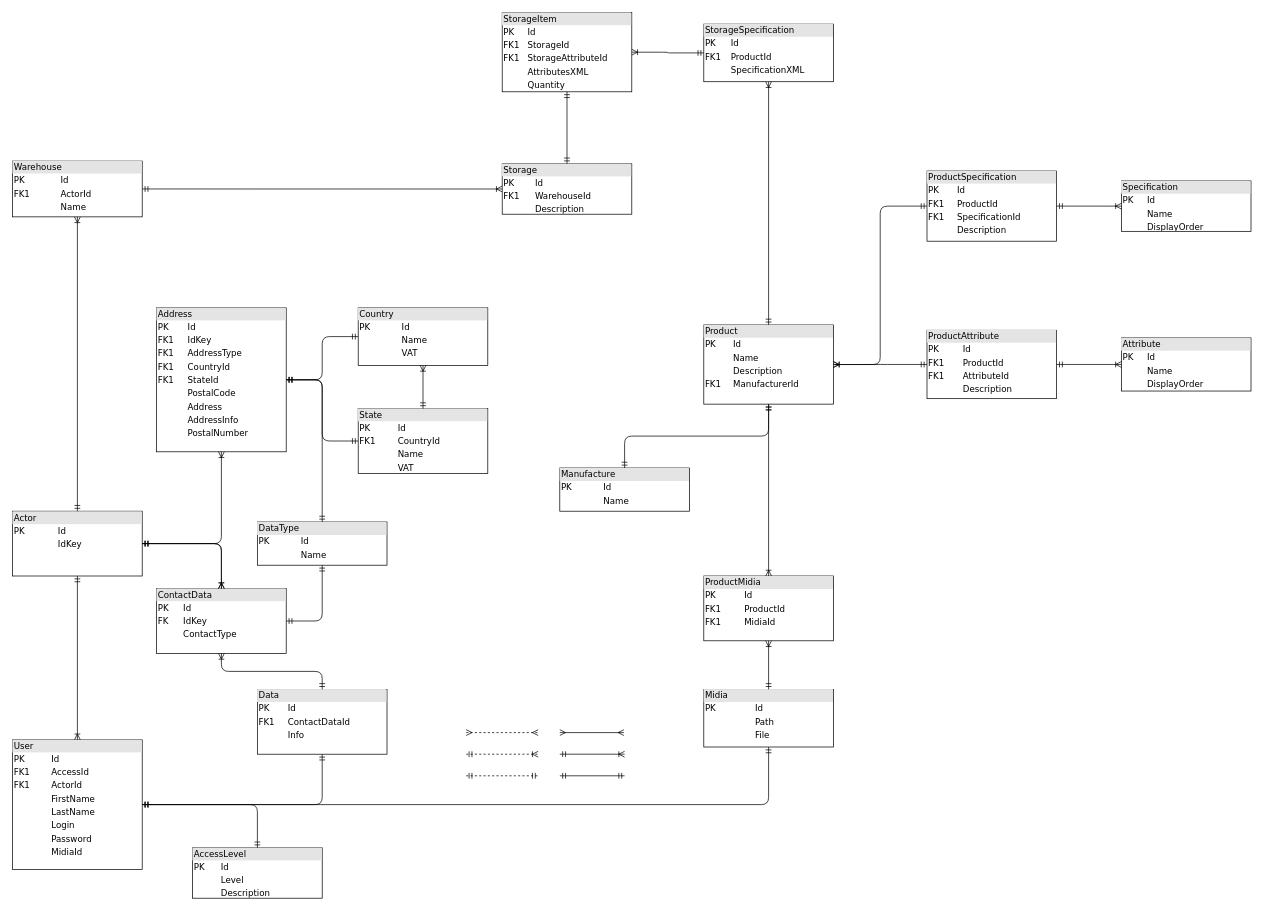
This is Documentation/StrideDatabase.drawio from CTrigger/Stride, a draw.io file, before an edit. Source tidied: cells renumbered, new cells numbered last; positions are measured from the earlier drawing's top-left corner, leaving out a move shared by most shapes. Both pictures are drawn from the tidied source at 72%, with x=0, y=0 at pixel (12, 12).
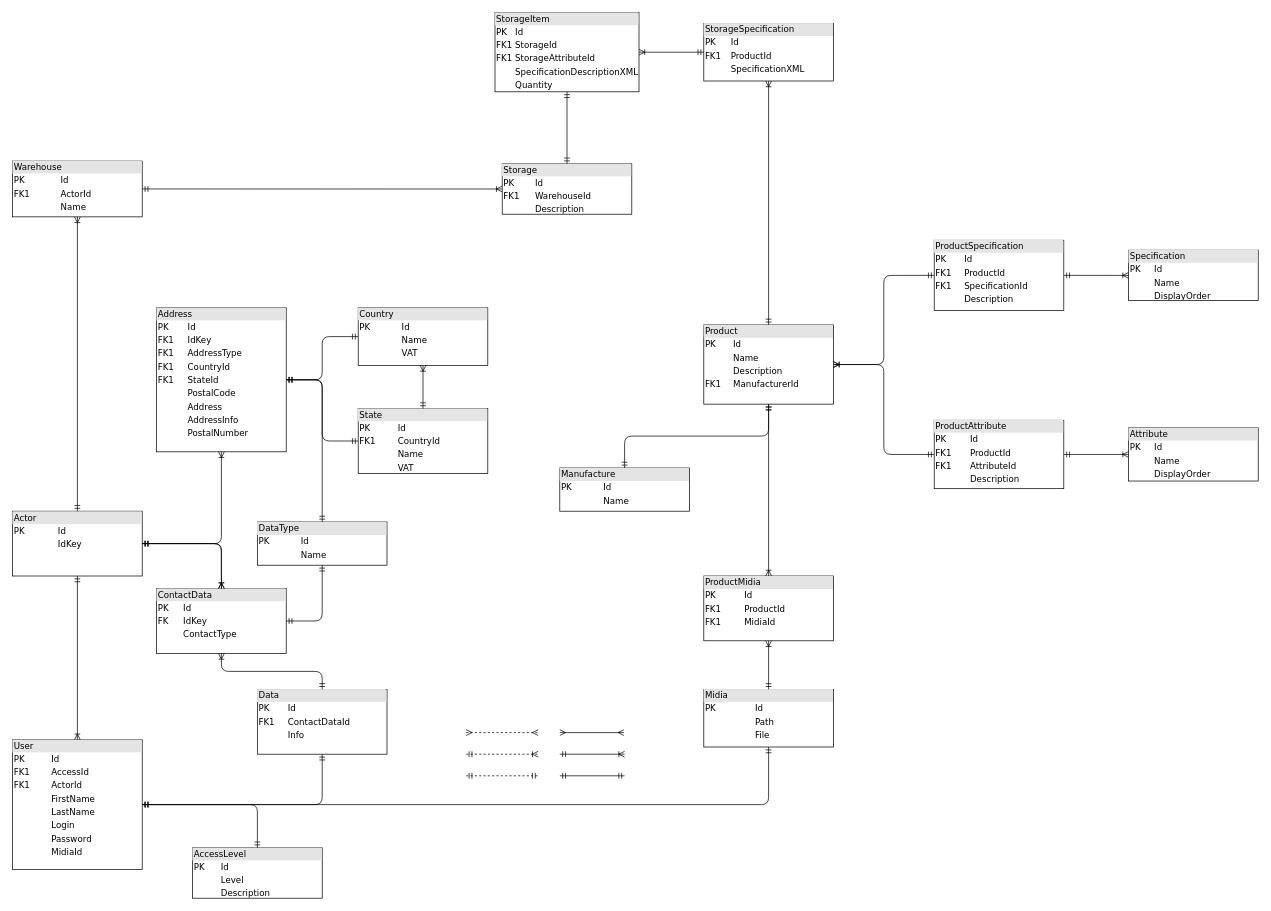
The same page after the edit.

Commit message:
Database Model Improvement

Diff of the diagram source:
```diff
@@
     <mxCell id="12" value="&lt;div style=&quot;box-sizing: border-box ; width: 100% ; background: #e4e4e4 ; padding: 2px&quot;&gt;ProductAttribute&lt;/div&gt;&lt;table style=&quot;width: 100% ; font-size: 1em&quot; cellpadding=&quot;2&quot; cellspacing=&quot;0&quot;&gt;&lt;tbody&gt;&lt;tr&gt;&lt;td&gt;PK&lt;/td&gt;&lt;td&gt;Id&lt;/td&gt;&lt;/tr&gt;&lt;tr&gt;&lt;td&gt;FK1&lt;/td&gt;&lt;td&gt;ProductId&lt;/td&gt;&lt;/tr&gt;&lt;tr&gt;&lt;td&gt;FK1&lt;/td&gt;&lt;td&gt;AttributeId&lt;/td&gt;&lt;/tr&gt;&lt;tr&gt;&lt;td&gt;&lt;br&gt;&lt;/td&gt;&lt;td&gt;Description&lt;/td&gt;&lt;/tr&gt;&lt;/tbody&gt;&lt;/table&gt;" style="verticalAlign=top;align=left;overflow=fill;html=1;rounded=0;shadow=0;comic=0;labelBackgroundColor=none;strokeWidth=1;fontFamily=Verdana;fontSize=12;" parent="1" vertex="1">
-      <mxGeometry x="1270" y="441.2" width="180" height="95" as="geometry" />
+      <mxGeometry x="1280" y="566.2" width="180" height="95" as="geometry" />
     </mxCell>
@@
-    <mxCell id="20" value="&lt;div style=&quot;box-sizing: border-box ; width: 100% ; background: #e4e4e4 ; padding: 2px&quot;&gt;StorageItem&lt;/div&gt;&lt;table style=&quot;width: 100% ; font-size: 1em&quot; cellpadding=&quot;2&quot; cellspacing=&quot;0&quot;&gt;&lt;tbody&gt;&lt;tr&gt;&lt;td&gt;PK&lt;/td&gt;&lt;td&gt;Id&lt;/td&gt;&lt;/tr&gt;&lt;tr&gt;&lt;td&gt;FK1&lt;/td&gt;&lt;td&gt;StorageId&lt;/td&gt;&lt;/tr&gt;&lt;tr&gt;&lt;td&gt;FK1&lt;/td&gt;&lt;td&gt;StorageAttributeId&lt;/td&gt;&lt;/tr&gt;&lt;tr&gt;&lt;td&gt;&lt;br&gt;&lt;/td&gt;&lt;td&gt;AttributesXML&lt;/td&gt;&lt;/tr&gt;&lt;tr&gt;&lt;td&gt;&lt;br&gt;&lt;/td&gt;&lt;td&gt;Quantity&lt;/td&gt;&lt;/tr&gt;&lt;/tbody&gt;&lt;/table&gt;" style="verticalAlign=top;align=left;overflow=fill;html=1;rounded=0;shadow=0;comic=0;labelBackgroundColor=none;strokeWidth=1;fontFamily=Verdana;fontSize=12;" parent="1" vertex="1">
-      <mxGeometry x="680" width="180" height="110" as="geometry" />
+    <mxCell id="20" value="&lt;div style=&quot;box-sizing: border-box ; width: 100% ; background: #e4e4e4 ; padding: 2px&quot;&gt;StorageItem&lt;/div&gt;&lt;table style=&quot;width: 100% ; font-size: 1em&quot; cellpadding=&quot;2&quot; cellspacing=&quot;0&quot;&gt;&lt;tbody&gt;&lt;tr&gt;&lt;td&gt;PK&lt;/td&gt;&lt;td&gt;Id&lt;/td&gt;&lt;/tr&gt;&lt;tr&gt;&lt;td&gt;FK1&lt;/td&gt;&lt;td&gt;StorageId&lt;/td&gt;&lt;/tr&gt;&lt;tr&gt;&lt;td&gt;FK1&lt;/td&gt;&lt;td&gt;StorageAttributeId&lt;/td&gt;&lt;/tr&gt;&lt;tr&gt;&lt;td&gt;&lt;br&gt;&lt;/td&gt;&lt;td&gt;SpecificationDescriptionXML&lt;/td&gt;&lt;/tr&gt;&lt;tr&gt;&lt;td&gt;&lt;br&gt;&lt;/td&gt;&lt;td&gt;Quantity&lt;/td&gt;&lt;/tr&gt;&lt;/tbody&gt;&lt;/table&gt;" style="verticalAlign=top;align=left;overflow=fill;html=1;rounded=0;shadow=0;comic=0;labelBackgroundColor=none;strokeWidth=1;fontFamily=Verdana;fontSize=12;" parent="1" vertex="1">
+      <mxGeometry x="670" width="200" height="110" as="geometry" />
     </mxCell>
@@
     <mxCell id="39" value="&lt;div style=&quot;box-sizing: border-box ; width: 100% ; background: #e4e4e4 ; padding: 2px&quot;&gt;Attribute&lt;/div&gt;&lt;table style=&quot;width: 100% ; font-size: 1em&quot; cellpadding=&quot;2&quot; cellspacing=&quot;0&quot;&gt;&lt;tbody&gt;&lt;tr&gt;&lt;td&gt;PK&lt;/td&gt;&lt;td&gt;Id&lt;/td&gt;&lt;/tr&gt;&lt;tr&gt;&lt;td&gt;&lt;br&gt;&lt;/td&gt;&lt;td&gt;Name&lt;/td&gt;&lt;/tr&gt;&lt;tr&gt;&lt;td&gt;&lt;br&gt;&lt;/td&gt;&lt;td&gt;DisplayOrder&lt;/td&gt;&lt;/tr&gt;&lt;/tbody&gt;&lt;/table&gt;" style="verticalAlign=top;align=left;overflow=fill;html=1;rounded=0;shadow=0;comic=0;labelBackgroundColor=none;strokeWidth=1;fontFamily=Verdana;fontSize=12;" parent="1" vertex="1">
-      <mxGeometry x="1540" y="451.8" width="180" height="73.8" as="geometry" />
+      <mxGeometry x="1550" y="576.8" width="180" height="73.8" as="geometry" />
     </mxCell>
@@
     <mxCell id="45" value="&lt;div style=&quot;box-sizing: border-box ; width: 100% ; background: #e4e4e4 ; padding: 2px&quot;&gt;StorageSpecification&lt;/div&gt;&lt;table style=&quot;width: 100% ; font-size: 1em&quot; cellpadding=&quot;2&quot; cellspacing=&quot;0&quot;&gt;&lt;tbody&gt;&lt;tr&gt;&lt;td&gt;PK&lt;/td&gt;&lt;td&gt;Id&lt;/td&gt;&lt;/tr&gt;&lt;tr&gt;&lt;td&gt;FK1&lt;/td&gt;&lt;td&gt;ProductId&lt;/td&gt;&lt;/tr&gt;&lt;tr&gt;&lt;td&gt;&lt;br&gt;&lt;/td&gt;&lt;td&gt;SpecificationXML&lt;/td&gt;&lt;/tr&gt;&lt;/tbody&gt;&lt;/table&gt;" style="verticalAlign=top;align=left;overflow=fill;html=1;rounded=0;shadow=0;comic=0;labelBackgroundColor=none;strokeWidth=1;fontFamily=Verdana;fontSize=12;" parent="1" vertex="1">
-      <mxGeometry x="960" y="16" width="180" height="80" as="geometry" />
+      <mxGeometry x="960" y="15" width="180" height="80" as="geometry" />
     </mxCell>
@@
     <mxCell id="49" value="&lt;div style=&quot;box-sizing: border-box ; width: 100% ; background: #e4e4e4 ; padding: 2px&quot;&gt;ProductSpecification&lt;/div&gt;&lt;table style=&quot;width: 100% ; font-size: 1em&quot; cellpadding=&quot;2&quot; cellspacing=&quot;0&quot;&gt;&lt;tbody&gt;&lt;tr&gt;&lt;td&gt;PK&lt;/td&gt;&lt;td&gt;Id&lt;/td&gt;&lt;/tr&gt;&lt;tr&gt;&lt;td&gt;FK1&lt;/td&gt;&lt;td&gt;ProductId&lt;/td&gt;&lt;/tr&gt;&lt;tr&gt;&lt;td&gt;FK1&lt;/td&gt;&lt;td&gt;SpecificationId&lt;/td&gt;&lt;/tr&gt;&lt;tr&gt;&lt;td&gt;&lt;br&gt;&lt;/td&gt;&lt;td&gt;Description&lt;/td&gt;&lt;/tr&gt;&lt;/tbody&gt;&lt;/table&gt;" style="verticalAlign=top;align=left;overflow=fill;html=1;rounded=0;shadow=0;comic=0;labelBackgroundColor=none;strokeWidth=1;fontFamily=Verdana;fontSize=12;" parent="1" vertex="1">
-      <mxGeometry x="1270" y="220" width="180" height="97.5" as="geometry" />
+      <mxGeometry x="1280" y="316.2" width="180" height="97.5" as="geometry" />
     </mxCell>
     <mxCell id="50" value="&lt;div style=&quot;box-sizing: border-box ; width: 100% ; background: #e4e4e4 ; padding: 2px&quot;&gt;Specification&lt;/div&gt;&lt;table style=&quot;width: 100% ; font-size: 1em&quot; cellpadding=&quot;2&quot; cellspacing=&quot;0&quot;&gt;&lt;tbody&gt;&lt;tr&gt;&lt;td&gt;PK&lt;/td&gt;&lt;td&gt;Id&lt;/td&gt;&lt;/tr&gt;&lt;tr&gt;&lt;td&gt;&lt;br&gt;&lt;/td&gt;&lt;td&gt;Name&lt;/td&gt;&lt;/tr&gt;&lt;tr&gt;&lt;td&gt;&lt;br&gt;&lt;/td&gt;&lt;td&gt;DisplayOrder&lt;/td&gt;&lt;/tr&gt;&lt;/tbody&gt;&lt;/table&gt;" style="verticalAlign=top;align=left;overflow=fill;html=1;rounded=0;shadow=0;comic=0;labelBackgroundColor=none;strokeWidth=1;fontFamily=Verdana;fontSize=12;" parent="1" vertex="1">
-      <mxGeometry x="1540" y="233.8" width="180" height="70" as="geometry" />
+      <mxGeometry x="1550" y="330" width="180" height="70" as="geometry" />
     </mxCell>
```
